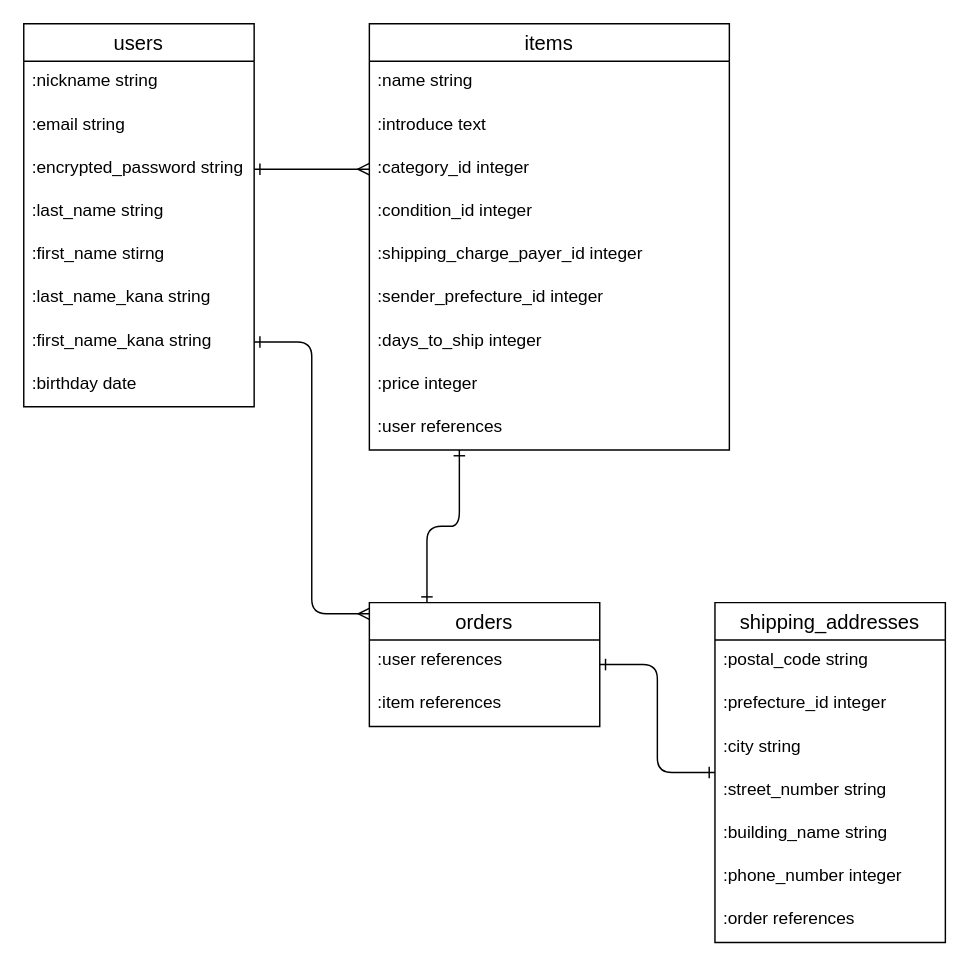
The draw.io diagram ERD.dio in JIZAEMON/furima-39979, before the edit. Source tidied: cells renumbered, new cells numbered last; positions are measured from the earlier drawing's top-left corner, leaving out a move shared by most shapes. Both pictures are drawn from the tidied source at 144%, with x=0, y=0 at pixel (23, 23).
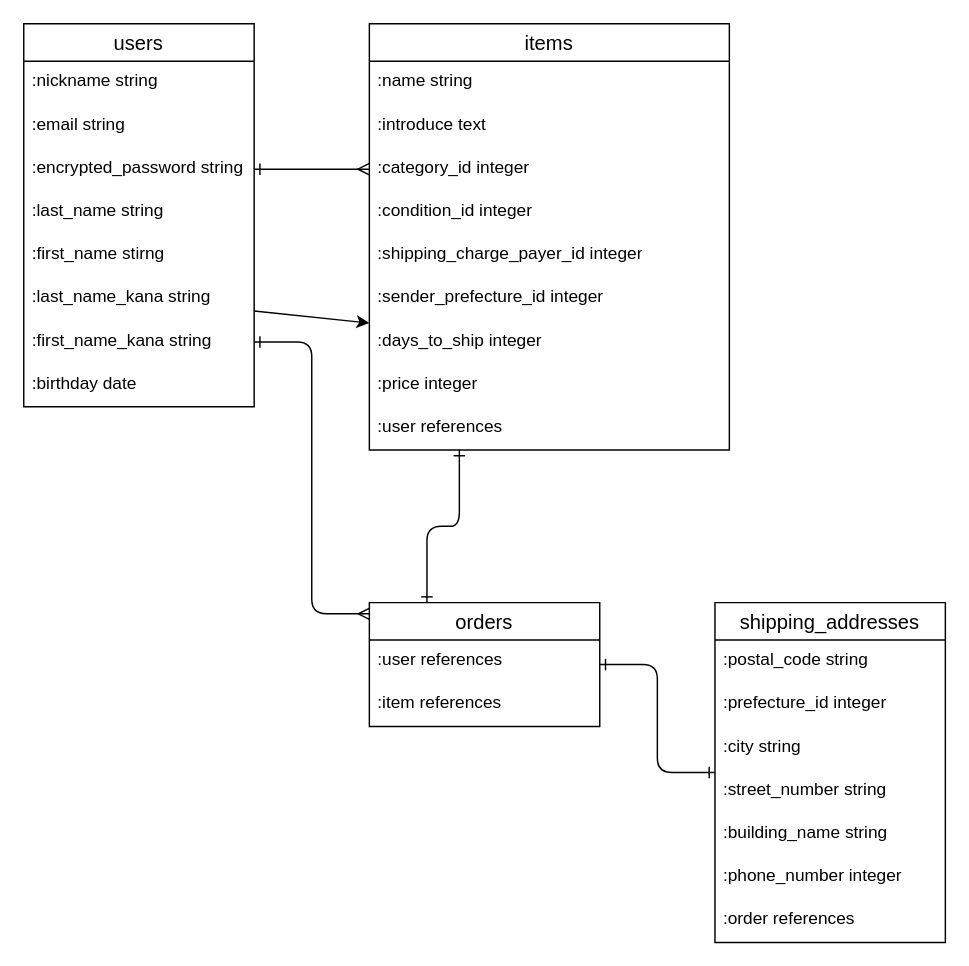
After the change.

Commit message:
ERDの修正_hone_numberをintegerからstringに変更

Unchanged cells that the change refers to:
```xml
<mxCell id="9" value=":days_to_ship integer" style="text;strokeColor=none;fillColor=none;spacingLeft=4;spacingRight=4;overflow=hidden;points=[[0,0.5],[1,0.5]];portConstraint=eastwest;fontSize=12;" parent="2" vertex="1">
  <mxGeometry y="206" width="250" height="30" as="geometry" />
</mxCell>
<mxCell id="18" value=":last_name_kana string" style="text;strokeColor=none;fillColor=none;spacingLeft=4;spacingRight=4;overflow=hidden;points=[[0,0.5],[1,0.5]];portConstraint=eastwest;fontSize=12;" parent="12" vertex="1">
  <mxGeometry y="176" width="160" height="30" as="geometry" />
</mxCell>
```

Diff of the diagram source:
```diff
@@
+    <mxCell id="36" style="edgeStyle=none;html=1;" parent="1" edge="1" source="18" target="9">
+      <mxGeometry relative="1" as="geometry" />
+    </mxCell>
```
